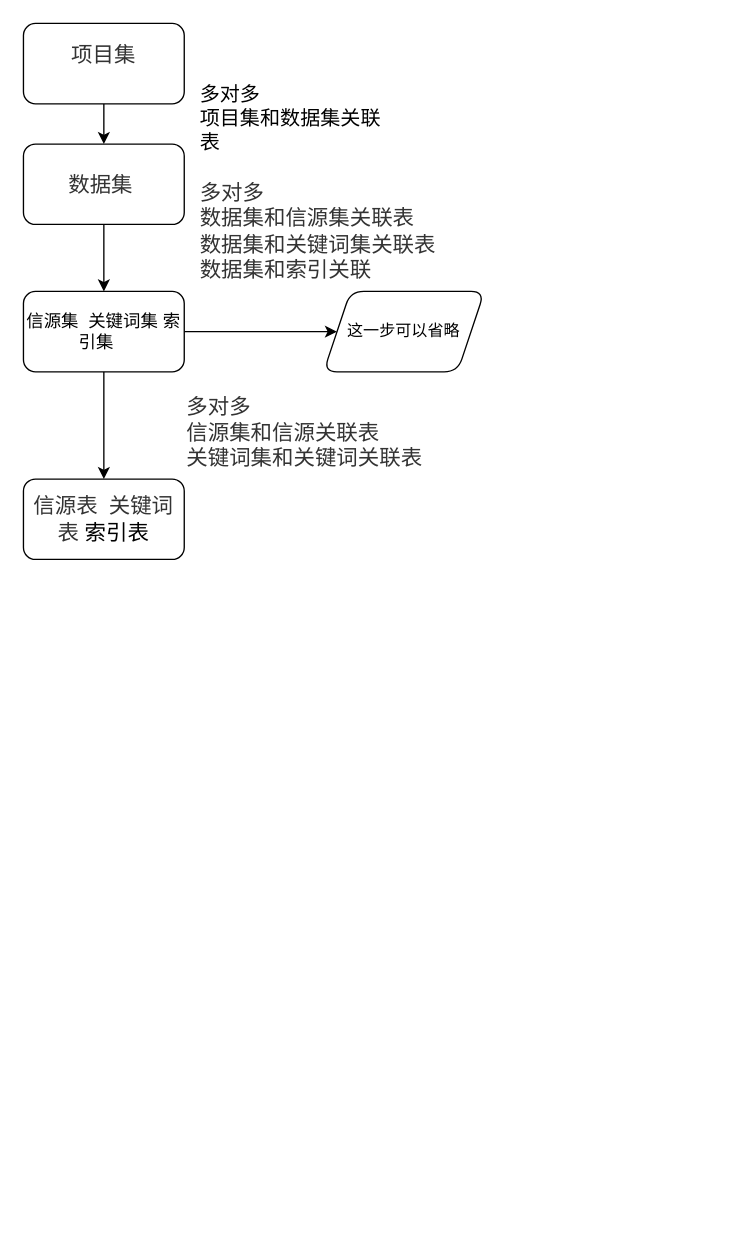
Earlier version of the draw.io diagram dh.drawio (Rodma1/draw). Source tidied: cells renumbered, new cells numbered last; positions are measured from the earlier drawing's top-left corner, leaving out a move shared by most shapes. Both pictures are drawn from the tidied source at 134%, with x=0, y=0 at pixel (23, 23).
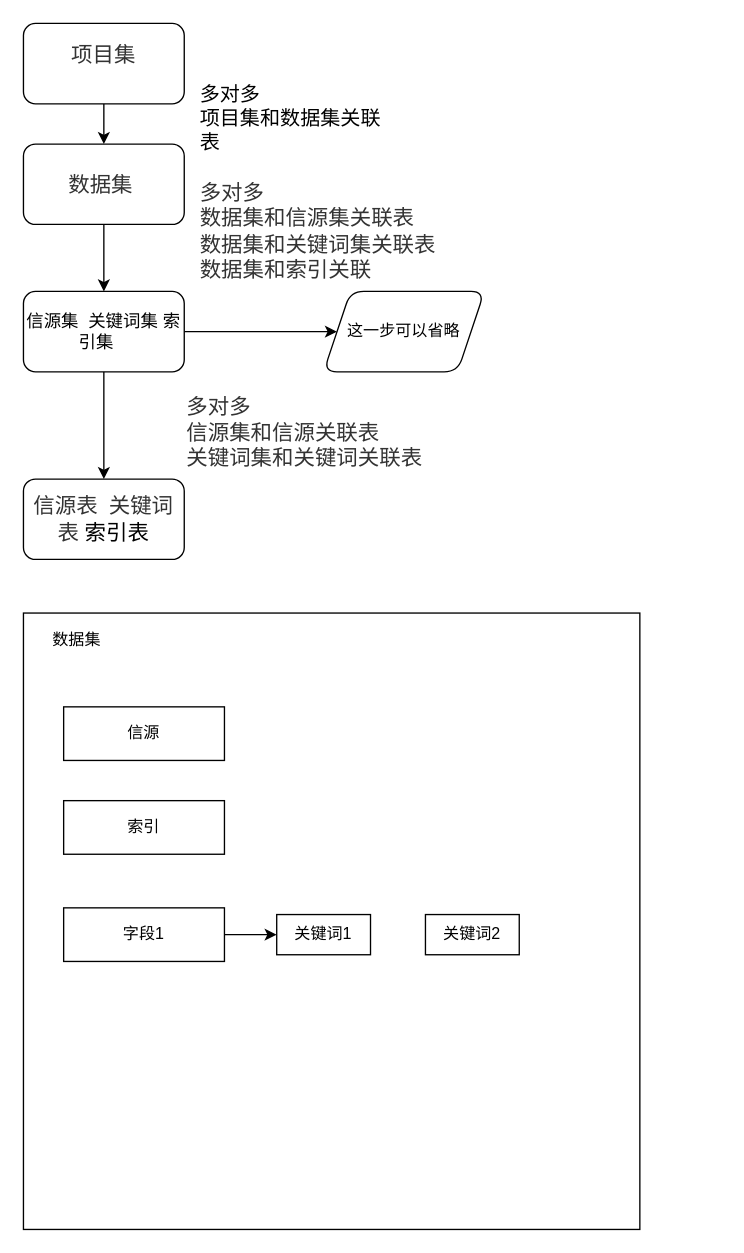
The same diagram, later.

What changed in the source:
```diff
@@
+    <mxCell id="14" style="whiteSpace=wrap;html=1;" parent="1" vertex="1">
+      <mxGeometry y="440" width="460" height="460" as="geometry" />
+    </mxCell>
+    <mxCell id="15" value="信源" style="rounded=0;whiteSpace=wrap;html=1;" parent="1" vertex="1">
+      <mxGeometry x="30" y="510" width="120" height="40" as="geometry" />
+    </mxCell>
+    <mxCell id="16" value="数据集" style="text;html=1;whiteSpace=wrap;strokeColor=none;fillColor=none;align=center;verticalAlign=middle;rounded=0;" parent="1" vertex="1">
+      <mxGeometry x="10" y="445" width="60" height="30" as="geometry" />
+    </mxCell>
+    <mxCell id="17" value="索引" style="rounded=0;whiteSpace=wrap;html=1;" parent="1" vertex="1">
+      <mxGeometry x="30" y="580" width="120" height="40" as="geometry" />
+    </mxCell>
+    <mxCell id="18" style="edgeStyle=orthogonalEdgeStyle;rounded=0;jettySize=auto;html=1;" parent="1" edge="1" source="19" target="20">
+      <mxGeometry relative="1" as="geometry" />
+    </mxCell>
+    <mxCell id="19" value="字段1" style="rounded=0;whiteSpace=wrap;html=1;" parent="1" vertex="1">
+      <mxGeometry x="30" y="660" width="120" height="40" as="geometry" />
+    </mxCell>
+    <mxCell id="20" value="关键词1" style="rounded=0;whiteSpace=wrap;html=1;" parent="1" vertex="1">
+      <mxGeometry x="189" y="665" width="70" height="30" as="geometry" />
+    </mxCell>
+    <mxCell id="21" value="关键词2" style="rounded=0;whiteSpace=wrap;html=1;" parent="1" vertex="1">
+      <mxGeometry x="300" y="665" width="70" height="30" as="geometry" />
+    </mxCell>
```
